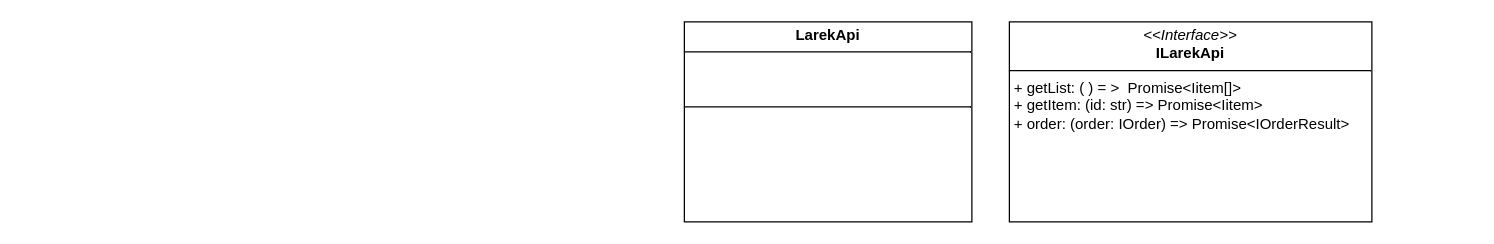
Above: Диаграмма без названия.drawio in Camteer/MoGo (draw.io), before the change. Source tidied: cells renumbered, new cells numbered last; positions are measured from the earlier drawing's top-left corner, leaving out a move shared by most shapes. Both pictures are drawn from the tidied source at 125%, with x=0, y=0 at pixel (684, 21).
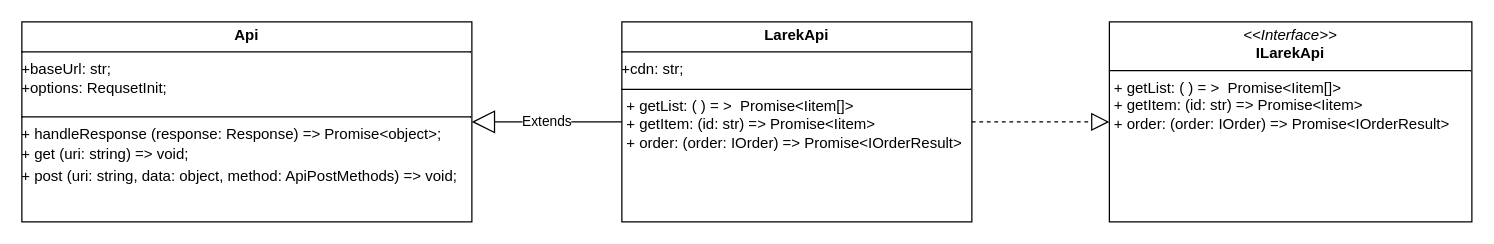
The same diagram, later.

The edit, as a diff of the source:
```diff
@@
 <mxGraphModel>
   <root>
     <mxCell id="0" />
     <mxCell id="1" parent="0" />
     <mxCell id="2" value="&lt;p style=&quot;margin:0px;margin-top:4px;text-align:center;&quot;&gt;&lt;i&gt;&amp;lt;&amp;lt;Interface&amp;gt;&amp;gt;&lt;/i&gt;&lt;br&gt;&lt;b&gt;ILarekApi&lt;/b&gt;&lt;/p&gt;&lt;hr size=&quot;1&quot; style=&quot;border-style:solid;&quot;&gt;&lt;p style=&quot;margin:0px;margin-left:4px;&quot;&gt;&lt;span style=&quot;background-color: initial;&quot;&gt;+ getList: ( ) = &amp;gt;&amp;nbsp; Promise&amp;lt;Iitem[]&amp;gt;&lt;/span&gt;&lt;br&gt;&lt;/p&gt;&lt;p style=&quot;margin:0px;margin-left:4px;&quot;&gt;+ getItem: (id: str) =&amp;gt; Promise&amp;lt;Iitem&amp;gt;&lt;/p&gt;&lt;p style=&quot;margin:0px;margin-left:4px;&quot;&gt;+ order: (order: IOrder) =&amp;gt; Promise&amp;lt;IOrderResult&amp;gt;&lt;/p&gt;" style="verticalAlign=top;align=left;overflow=fill;html=1;whiteSpace=wrap;" parent="1" vertex="1">
-      <mxGeometry x="260" width="290" height="160" as="geometry" />
+      <mxGeometry x="340" width="290" height="160" as="geometry" />
     </mxCell>
-    <mxCell id="3" value="&lt;p style=&quot;margin:0px;margin-top:4px;text-align:center;&quot;&gt;&lt;b&gt;LarekApi&lt;/b&gt;&lt;/p&gt;&lt;hr size=&quot;1&quot; style=&quot;border-style:solid;&quot;&gt;&lt;br&gt;&lt;br&gt;&lt;div style=&quot;height:2px;&quot;&gt;&lt;/div&gt;&lt;hr size=&quot;1&quot; style=&quot;border-style:solid;&quot;&gt;&lt;div style=&quot;height:2px;&quot;&gt;&lt;/div&gt;" style="verticalAlign=top;align=left;overflow=fill;html=1;whiteSpace=wrap;" parent="1" vertex="1">
-      <mxGeometry width="230" height="160" as="geometry" />
+    <mxCell id="3" value="&lt;p style=&quot;margin:0px;margin-top:4px;text-align:center;&quot;&gt;&lt;b&gt;LarekApi&lt;/b&gt;&lt;/p&gt;&lt;hr size=&quot;1&quot; style=&quot;border-style:solid;&quot;&gt;+cdn: str;&lt;br&gt;&lt;div style=&quot;height:2px;&quot;&gt;&lt;/div&gt;&lt;hr size=&quot;1&quot; style=&quot;border-style:solid;&quot;&gt;&lt;div style=&quot;height:2px;&quot;&gt;&lt;p style=&quot;margin: 0px 0px 0px 4px;&quot;&gt;&lt;span style=&quot;background-color: initial;&quot;&gt;+ getList: ( ) = &amp;gt;&amp;nbsp; Promise&amp;lt;Iitem[]&amp;gt;&lt;/span&gt;&lt;br&gt;&lt;/p&gt;&lt;p style=&quot;margin: 0px 0px 0px 4px;&quot;&gt;+ getItem: (id: str) =&amp;gt; Promise&amp;lt;Iitem&amp;gt;&lt;/p&gt;&lt;p style=&quot;margin: 0px 0px 0px 4px;&quot;&gt;+ order: (order: IOrder) =&amp;gt; Promise&amp;lt;IOrderResult&amp;gt;&lt;/p&gt;&lt;/div&gt;" style="verticalAlign=top;align=left;overflow=fill;html=1;whiteSpace=wrap;" parent="1" vertex="1">
+      <mxGeometry x="-50" width="280" height="160" as="geometry" />
     </mxCell>
+    <mxCell id="4" style="endArrow=block;dashed=1;endFill=0;endSize=12;html=1;rounded=0;exitX=1;exitY=0.5;exitDx=0;exitDy=0;entryX=0;entryY=0.5;entryDx=0;entryDy=0;" parent="1" edge="1" source="3" target="2">
+      <mxGeometry relative="1" as="geometry" />
+    </mxCell>
+    <mxCell id="5" value="&lt;p style=&quot;margin:0px;margin-top:4px;text-align:center;&quot;&gt;&lt;b&gt;Api&lt;/b&gt;&lt;/p&gt;&lt;hr size=&quot;1&quot; style=&quot;border-style:solid;&quot;&gt;+baseUrl: str;&lt;div&gt;+options: RequsetInit;&lt;br&gt;&lt;div style=&quot;height:2px;&quot;&gt;&lt;br&gt;&lt;/div&gt;&lt;div style=&quot;height:2px;&quot;&gt;&lt;br&gt;&lt;/div&gt;&lt;div style=&quot;height:2px;&quot;&gt;&lt;br&gt;&lt;/div&gt;&lt;div style=&quot;height:2px;&quot;&gt;&lt;br&gt;&lt;/div&gt;&lt;div style=&quot;height:2px;&quot;&gt;&lt;br&gt;&lt;/div&gt;&lt;hr size=&quot;1&quot; style=&quot;border-style:solid;&quot;&gt;&lt;div style=&quot;height:2px;&quot;&gt;+ handleResponse (response: Response) =&amp;gt; Promise&amp;lt;object&amp;gt;;&lt;/div&gt;&lt;/div&gt;&lt;div style=&quot;height:2px;&quot;&gt;&lt;br&gt;&lt;/div&gt;&lt;div style=&quot;height:2px;&quot;&gt;&lt;br&gt;&lt;/div&gt;&lt;div style=&quot;height:2px;&quot;&gt;&lt;br&gt;&lt;/div&gt;&lt;div style=&quot;height:2px;&quot;&gt;&lt;br&gt;&lt;/div&gt;&lt;div style=&quot;height:2px;&quot;&gt;&lt;br&gt;&lt;/div&gt;&lt;div style=&quot;height:2px;&quot;&gt;&lt;br&gt;&lt;/div&gt;&lt;div style=&quot;height:2px;&quot;&gt;&lt;br&gt;&lt;/div&gt;&lt;div style=&quot;height:2px;&quot;&gt;+ get (uri: string) =&amp;gt; void;&lt;/div&gt;&lt;div style=&quot;height:2px;&quot;&gt;&lt;br&gt;&lt;/div&gt;&lt;div style=&quot;height:2px;&quot;&gt;&lt;br&gt;&lt;/div&gt;&lt;div style=&quot;height:2px;&quot;&gt;&lt;br&gt;&lt;/div&gt;&lt;div style=&quot;height:2px;&quot;&gt;&lt;br&gt;&lt;/div&gt;&lt;div style=&quot;height:2px;&quot;&gt;&lt;br&gt;&lt;/div&gt;&lt;div style=&quot;height:2px;&quot;&gt;&lt;br&gt;&lt;/div&gt;&lt;div style=&quot;height:2px;&quot;&gt;&lt;br&gt;&lt;/div&gt;&lt;div style=&quot;height:2px;&quot;&gt;&lt;br&gt;&lt;/div&gt;&lt;div style=&quot;height:2px;&quot;&gt;+ post (uri: string, data: object, method: ApiPostMethods) =&amp;gt; void;&lt;/div&gt;" style="verticalAlign=top;align=left;overflow=fill;html=1;whiteSpace=wrap;" parent="1" vertex="1">
+      <mxGeometry x="-530" width="360" height="160" as="geometry" />
+    </mxCell>
+    <mxCell id="6" value="Extends" style="endArrow=block;endSize=16;endFill=0;html=1;rounded=0;exitX=0;exitY=0.5;exitDx=0;exitDy=0;" parent="1" edge="1" source="3" target="5">
+      <mxGeometry relative="1" as="geometry" />
+    </mxCell>
   </root>
 </mxGraphModel>
```
